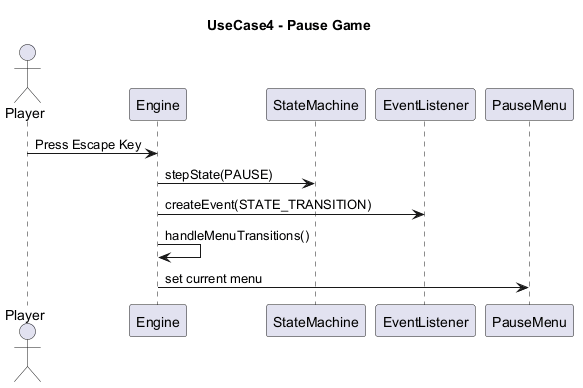
This is docs/Diagrams/uc4.png from ChuzaWick420/FYP_AI_Based_Puzzle_Game, a PlantUML export, as it was before one commit.
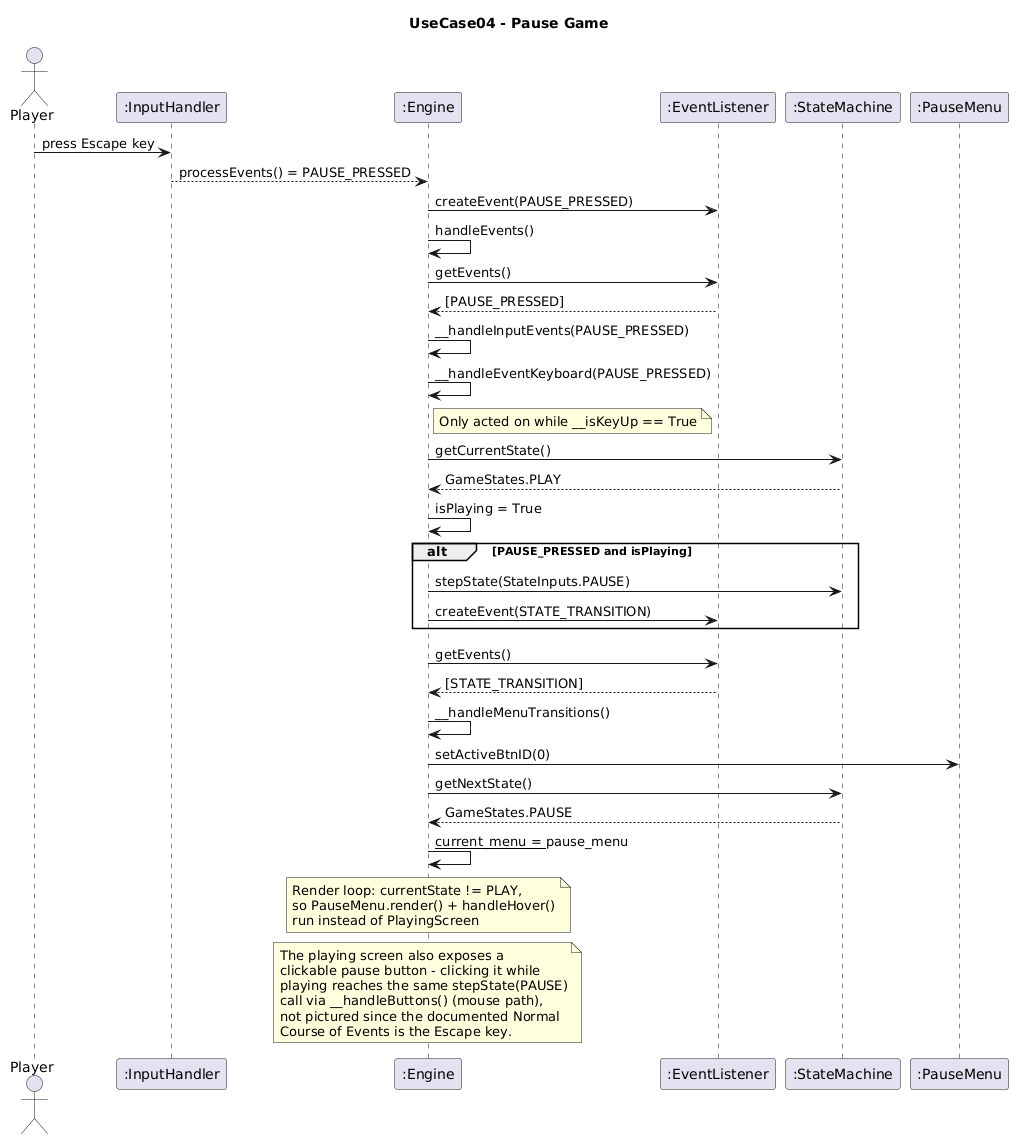
After the commit.

What changed in the source:
```diff
@@ -1,19 +1,43 @@
 @startuml
-title UseCase4 - Pause Game
+title UseCase04 - Pause Game
 
 actor Player
+participant ":InputHandler" as IH
+participant ":Engine" as E
+participant ":EventListener" as EL
+participant ":StateMachine" as SM
+participant ":PauseMenu" as PM
 
-participant Engine
-participant StateMachine
-participant EventListener
-participant PauseMenu
+Player -> IH : press Escape key
+IH --> E : processEvents() = PAUSE_PRESSED
+E -> EL : createEvent(PAUSE_PRESSED)
 
-Player -> Engine : Press Escape Key
+E -> E : handleEvents()
 
-Engine -> StateMachine : stepState(PAUSE)
-Engine -> EventListener : createEvent(STATE_TRANSITION)
+E -> EL : getEvents()
+EL --> E : [PAUSE_PRESSED]
+E -> E : __handleInputEvents(PAUSE_PRESSED)
+E -> E : __handleEventKeyboard(PAUSE_PRESSED)
+note right of E : Only acted on while __isKeyUp == True
 
-Engine -> Engine : handleMenuTransitions()
-Engine -> PauseMenu : set current menu
+E -> SM : getCurrentState()
+SM --> E : GameStates.PLAY
+E -> E : isPlaying = True
 
+alt PAUSE_PRESSED and isPlaying
+  E -> SM : stepState(StateInputs.PAUSE)
+  E -> EL : createEvent(STATE_TRANSITION)
+end
+
+E -> EL : getEvents()
+EL --> E : [STATE_TRANSITION]
+E -> E : __handleMenuTransitions()
+E -> PM : setActiveBtnID(0)
+E -> SM : getNextState()
+SM --> E : GameStates.PAUSE
+E -> E : __current_menu = __pause_menu
+
+note over E : Render loop: currentState != PLAY,\nso PauseMenu.render() + handleHover()\nrun instead of PlayingScreen
+
+note over E : The playing screen also exposes a\nclickable pause button - clicking it while\nplaying reaches the same stepState(PAUSE)\ncall via __handleButtons() (mouse path),\nnot pictured since the documented Normal\nCourse of Events is the Escape key.
 @enduml
```
